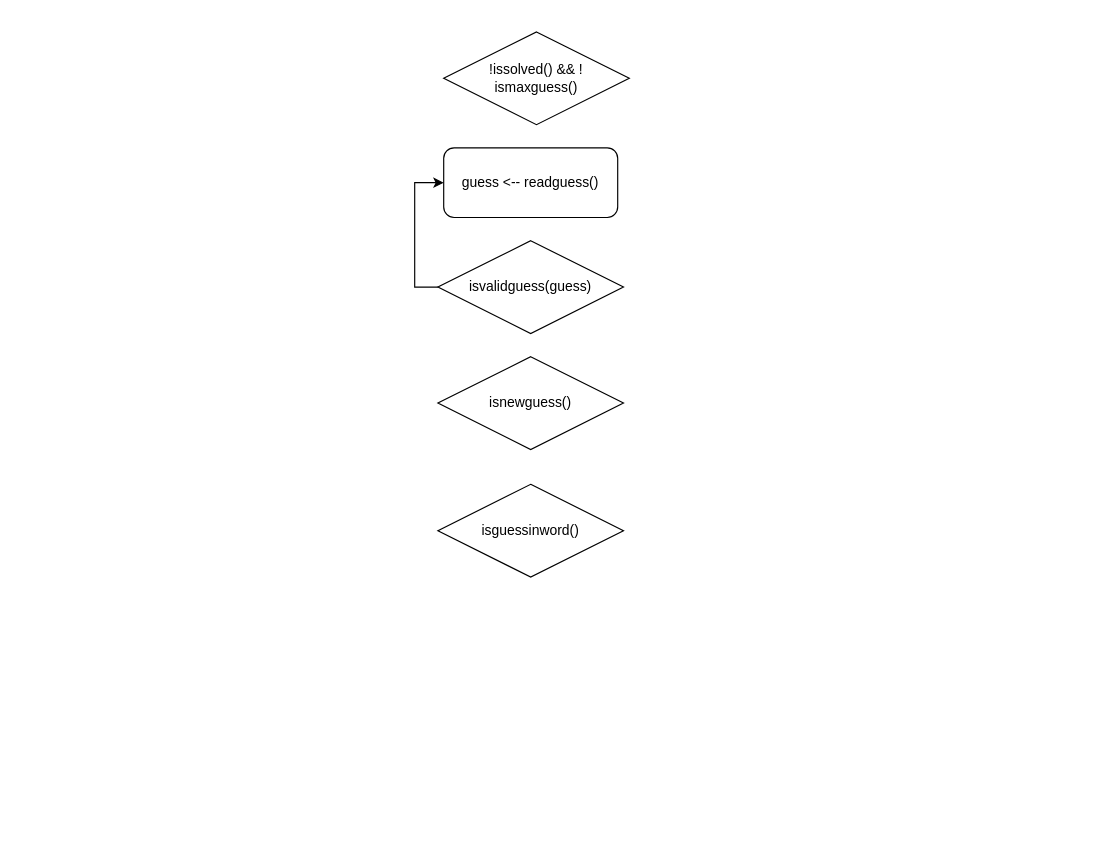
Above: Untitled Diagram.drawio in shanirub/cpp-project (draw.io), before the change. Source tidied: cells renumbered, new cells numbered last; positions are measured from the earlier drawing's top-left corner, leaving out a move shared by most shapes. Both pictures are drawn from the tidied source at 116%, with x=0, y=0 at pixel (414, 31).
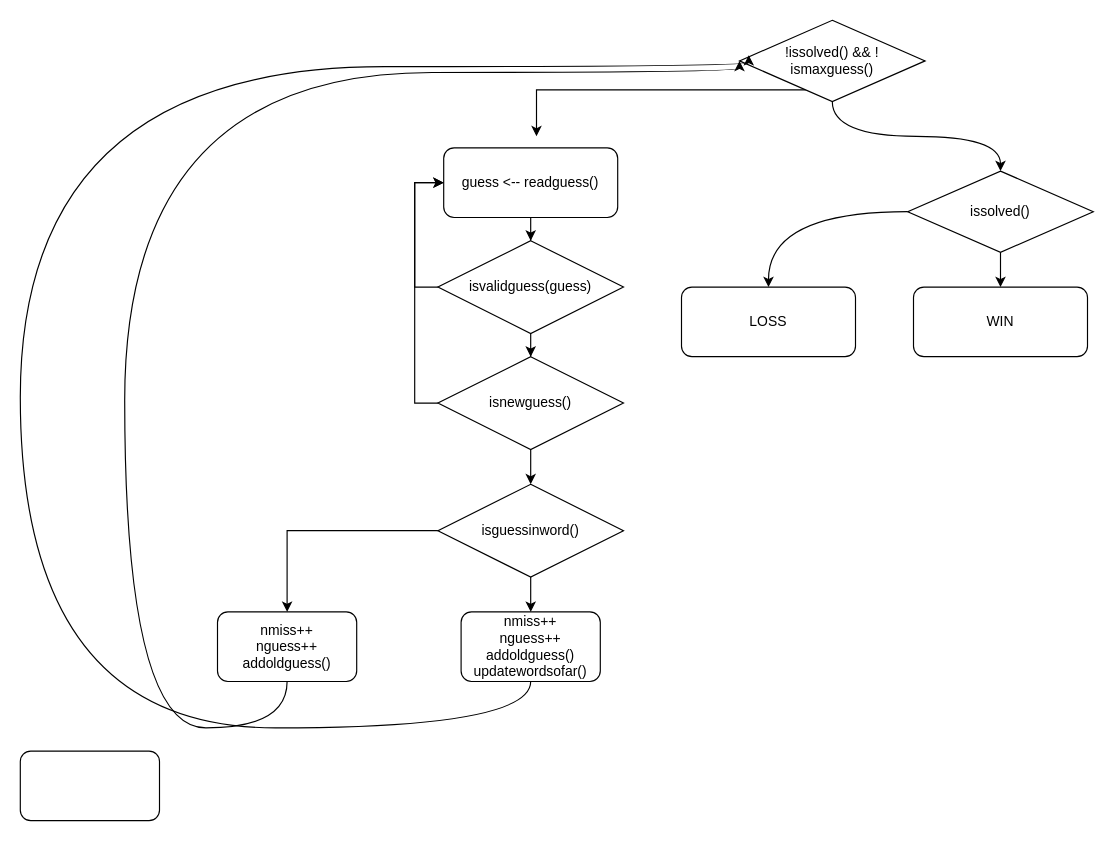
After the change.

The change refers to these unchanged cells:
```xml
<mxCell id="3" value="&lt;div&gt;guess &amp;lt;-- readguess()&lt;/div&gt;" style="rounded=1;whiteSpace=wrap;html=1;" parent="1" vertex="1">
  <mxGeometry x="25" y="100" width="150" height="60" as="geometry" />
</mxCell>
<mxCell id="5" value="isvalidguess(guess)" style="rhombus;whiteSpace=wrap;html=1;" parent="1" vertex="1">
  <mxGeometry x="20" y="180" width="160" height="80" as="geometry" />
</mxCell>
<mxCell id="6" value="isnewguess()" style="rhombus;whiteSpace=wrap;html=1;" parent="1" vertex="1">
  <mxGeometry x="20" y="280" width="160" height="80" as="geometry" />
</mxCell>
<mxCell id="7" value="isguessinword()" style="rhombus;whiteSpace=wrap;html=1;" parent="1" vertex="1">
  <mxGeometry x="20" y="390" width="160" height="80" as="geometry" />
</mxCell>
```

Diff of the diagram source:
```diff
@@
+    <mxCell id="8" style="edgeStyle=orthogonalEdgeStyle;rounded=0;jettySize=auto;html=1;" parent="1" edge="1" source="2">
+      <mxGeometry relative="1" as="geometry">
+        <mxPoint x="105" y="90" as="targetPoint" />
+        <Array as="points">
+          <mxPoint x="105" y="50" />
+        </Array>
+      </mxGeometry>
+    </mxCell>
+    <mxCell id="9" style="edgeStyle=orthogonalEdgeStyle;curved=1;jettySize=auto;html=1;entryX=0.5;entryY=0;entryDx=0;entryDy=0;" parent="1" edge="1" source="2" target="22">
+      <mxGeometry relative="1" as="geometry" />
+    </mxCell>
     <mxCell id="2" value="&lt;div&gt;!issolved() &amp;amp;&amp;amp; !&lt;/div&gt;&lt;div&gt;ismaxguess()&lt;/div&gt;" style="rhombus;whiteSpace=wrap;html=1;" parent="1" vertex="1">
-      <mxGeometry x="25" width="160" height="80" as="geometry" />
+      <mxGeometry x="280" y="-10" width="160" height="70" as="geometry" />
     </mxCell>
+    <mxCell id="10" style="edgeStyle=orthogonalEdgeStyle;rounded=0;jettySize=auto;html=1;" parent="1" edge="1" source="3" target="5">
+      <mxGeometry relative="1" as="geometry" />
+    </mxCell>
@@
+    <mxCell id="11" style="edgeStyle=orthogonalEdgeStyle;rounded=0;jettySize=auto;html=1;" parent="1" edge="1" source="5" target="6">
+      <mxGeometry relative="1" as="geometry" />
+    </mxCell>
@@
+    <mxCell id="12" style="edgeStyle=orthogonalEdgeStyle;rounded=0;jettySize=auto;html=1;entryX=0;entryY=0.5;entryDx=0;entryDy=0;" parent="1" edge="1" source="6" target="3">
+      <mxGeometry relative="1" as="geometry">
+        <Array as="points">
+          <mxPoint y="320" />
+          <mxPoint y="130" />
+        </Array>
+      </mxGeometry>
+    </mxCell>
+    <mxCell id="13" style="edgeStyle=orthogonalEdgeStyle;rounded=0;jettySize=auto;html=1;" parent="1" edge="1" source="6" target="7">
+      <mxGeometry relative="1" as="geometry" />
+    </mxCell>
@@
+    <mxCell id="14" style="edgeStyle=orthogonalEdgeStyle;rounded=0;jettySize=auto;html=1;" parent="1" edge="1" source="7" target="17">
+      <mxGeometry relative="1" as="geometry" />
+    </mxCell>
+    <mxCell id="15" style="edgeStyle=orthogonalEdgeStyle;rounded=0;jettySize=auto;html=1;" parent="1" edge="1" source="7" target="19">
+      <mxGeometry relative="1" as="geometry" />
+    </mxCell>
@@
+    <mxCell id="16" style="edgeStyle=orthogonalEdgeStyle;jettySize=auto;html=1;entryX=0;entryY=0.5;entryDx=0;entryDy=0;curved=1;" parent="1" edge="1" source="17" target="2">
+      <mxGeometry relative="1" as="geometry">
+        <Array as="points">
+          <mxPoint x="-110" y="600" />
+          <mxPoint x="-250" y="600" />
+          <mxPoint x="-250" y="35" />
+        </Array>
+      </mxGeometry>
+    </mxCell>
+    <mxCell id="17" value="&lt;div&gt;nmiss++&lt;/div&gt;&lt;div&gt;nguess++&lt;/div&gt;&lt;div&gt;addoldguess()&lt;br&gt;&lt;/div&gt;" style="rounded=1;whiteSpace=wrap;html=1;" parent="1" vertex="1">
+      <mxGeometry x="-170" y="500" width="120" height="60" as="geometry" />
+    </mxCell>
+    <mxCell id="18" style="edgeStyle=orthogonalEdgeStyle;jettySize=auto;html=1;entryX=0.05;entryY=0.429;entryDx=0;entryDy=0;entryPerimeter=0;curved=1;" parent="1" edge="1" source="19" target="2">
+      <mxGeometry relative="1" as="geometry">
+        <Array as="points">
+          <mxPoint x="100" y="600" />
+          <mxPoint x="-340" y="600" />
+          <mxPoint x="-340" y="30" />
+          <mxPoint x="288" y="30" />
+        </Array>
+      </mxGeometry>
+    </mxCell>
+    <mxCell id="19" value="&lt;div&gt;nmiss++&lt;/div&gt;&lt;div&gt;nguess++&lt;/div&gt;&lt;div&gt;addoldguess()&lt;/div&gt;&lt;div&gt;updatewordsofar()&lt;br&gt;&lt;/div&gt;" style="rounded=1;whiteSpace=wrap;html=1;" parent="1" vertex="1">
+      <mxGeometry x="40" y="500" width="120" height="60" as="geometry" />
+    </mxCell>
+    <mxCell id="20" style="edgeStyle=orthogonalEdgeStyle;curved=1;jettySize=auto;html=1;" parent="1" edge="1" source="22" target="25">
+      <mxGeometry relative="1" as="geometry" />
+    </mxCell>
+    <mxCell id="21" style="edgeStyle=orthogonalEdgeStyle;curved=1;jettySize=auto;html=1;" parent="1" edge="1" source="22" target="24">
+      <mxGeometry relative="1" as="geometry" />
+    </mxCell>
+    <mxCell id="22" value="&lt;div&gt;issolved()&lt;br&gt;&lt;/div&gt;" style="rhombus;whiteSpace=wrap;html=1;" parent="1" vertex="1">
+      <mxGeometry x="425" y="120" width="160" height="70" as="geometry" />
+    </mxCell>
+    <mxCell id="23" style="rounded=1;whiteSpace=wrap;html=1;" parent="1" vertex="1">
+      <mxGeometry x="-340" y="620" width="120" height="60" as="geometry" />
+    </mxCell>
+    <mxCell id="24" value="LOSS" style="rounded=1;whiteSpace=wrap;html=1;" parent="1" vertex="1">
+      <mxGeometry x="230" y="220" width="150" height="60" as="geometry" />
+    </mxCell>
+    <mxCell id="25" value="&lt;div&gt;WIN&lt;/div&gt;" style="rounded=1;whiteSpace=wrap;html=1;" parent="1" vertex="1">
+      <mxGeometry x="430" y="220" width="150" height="60" as="geometry" />
+    </mxCell>
```
